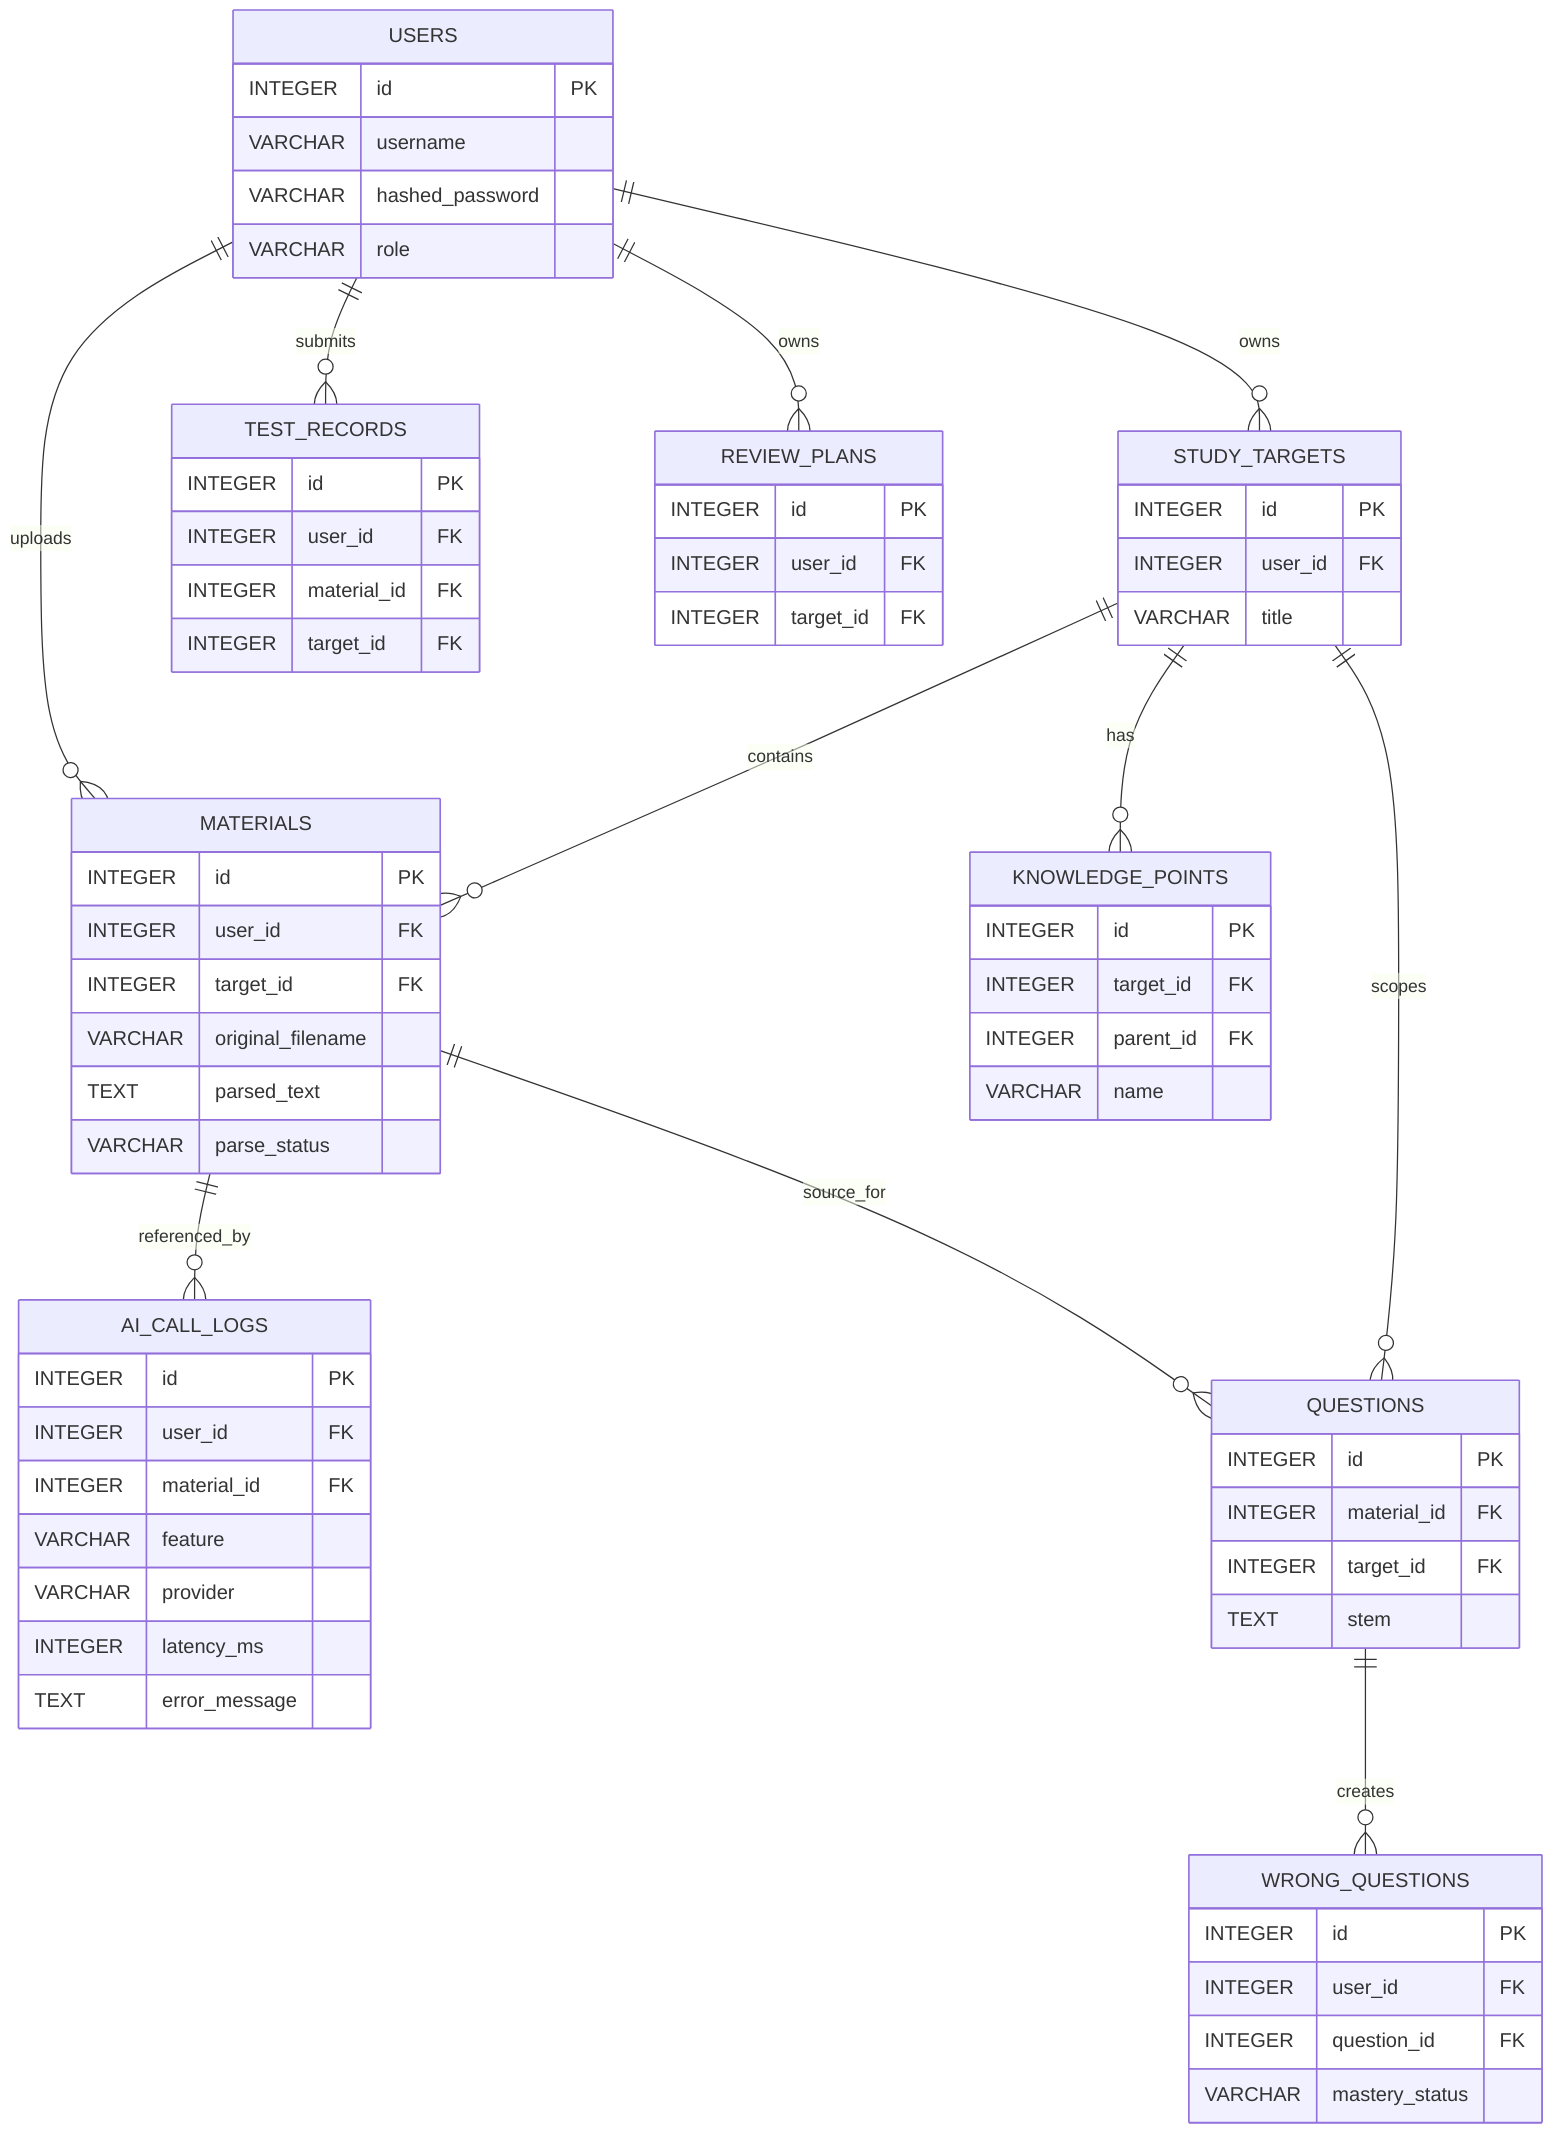
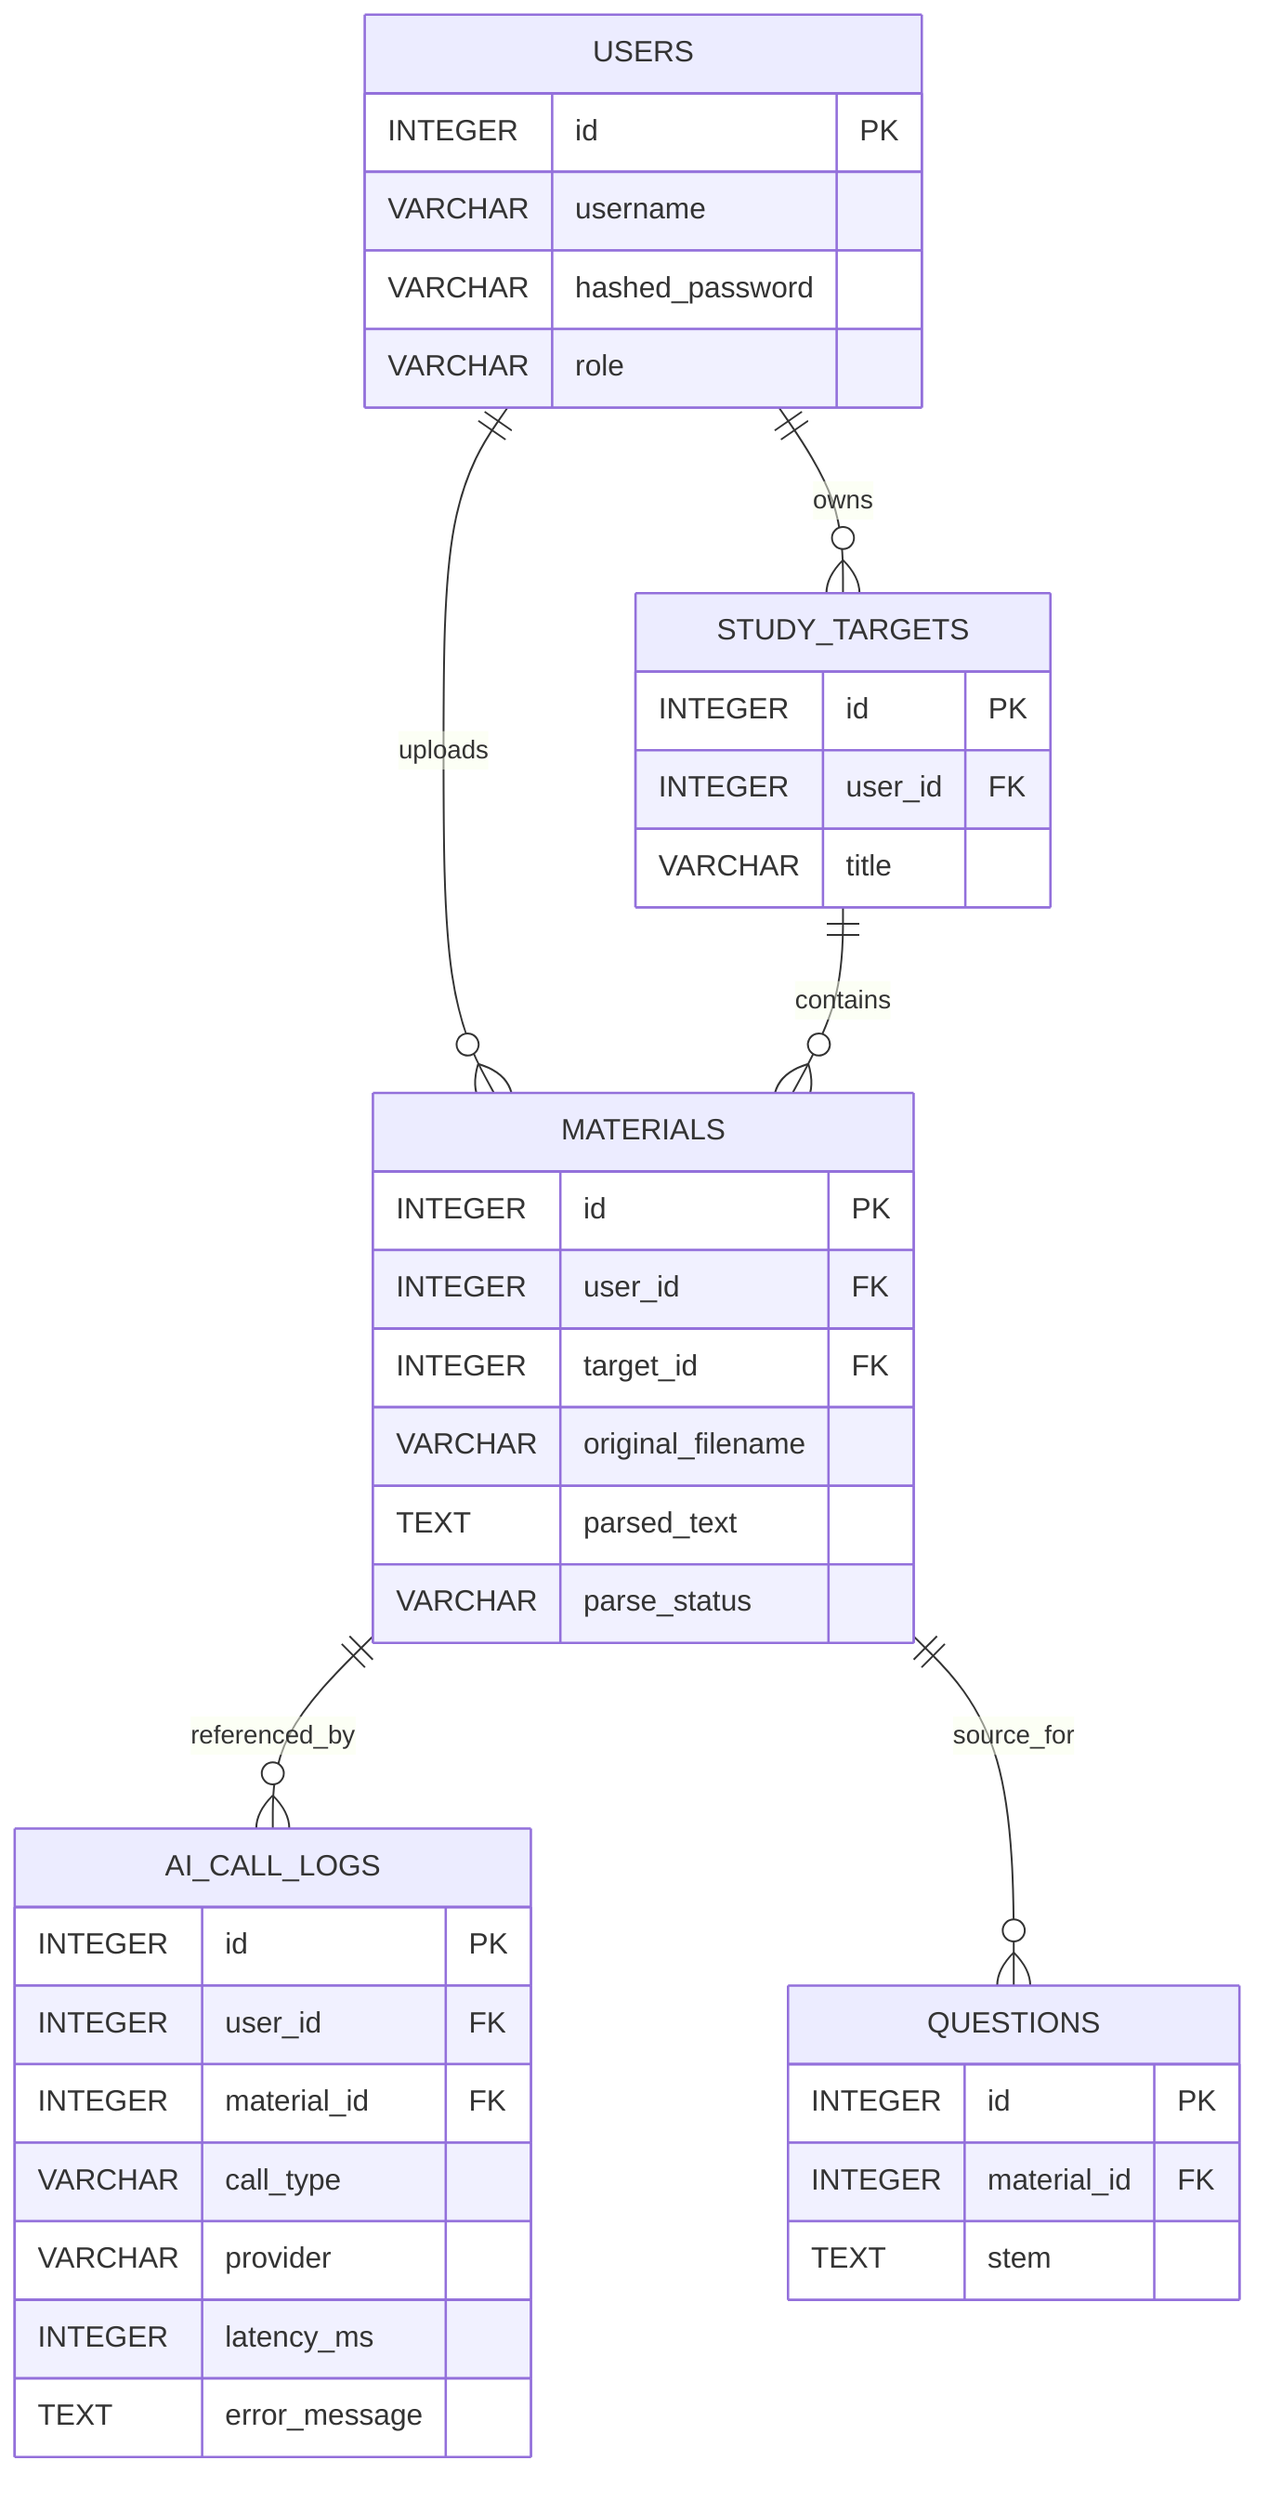
erDiagram
  USERS {
    INTEGER id PK
    VARCHAR username
    VARCHAR hashed_password
    VARCHAR role
  }
  STUDY_TARGETS {
    INTEGER id PK
    INTEGER user_id FK
    VARCHAR title
  }
  MATERIALS {
    INTEGER id PK
    INTEGER user_id FK
    INTEGER target_id FK
    VARCHAR original_filename
    TEXT parsed_text
    VARCHAR parse_status
  }
-   KNOWLEDGE_POINTS {
-     INTEGER id PK
-     INTEGER target_id FK
-     INTEGER parent_id FK
-     VARCHAR name
-   }
  AI_CALL_LOGS {
    INTEGER id PK
    INTEGER user_id FK
    INTEGER material_id FK
-     VARCHAR feature
+     VARCHAR call_type
    VARCHAR provider
    INTEGER latency_ms
    TEXT error_message
  }
  QUESTIONS {
    INTEGER id PK
    INTEGER material_id FK
-     INTEGER target_id FK
    TEXT stem
-   }
-   TEST_RECORDS {
-     INTEGER id PK
-     INTEGER user_id FK
-     INTEGER material_id FK
-     INTEGER target_id FK
-   }
-   WRONG_QUESTIONS {
-     INTEGER id PK
-     INTEGER user_id FK
-     INTEGER question_id FK
-     VARCHAR mastery_status
-   }
-   REVIEW_PLANS {
-     INTEGER id PK
-     INTEGER user_id FK
-     INTEGER target_id FK
  }

  USERS ||--o{ STUDY_TARGETS : owns
  USERS ||--o{ MATERIALS : uploads
  STUDY_TARGETS ||--o{ MATERIALS : contains
-   STUDY_TARGETS ||--o{ KNOWLEDGE_POINTS : has
  MATERIALS ||--o{ AI_CALL_LOGS : referenced_by
-   MATERIALS ||--o{ QUESTIONS : source_for
-   STUDY_TARGETS ||--o{ QUESTIONS : scopes
-   USERS ||--o{ TEST_RECORDS : submits
-   QUESTIONS ||--o{ WRONG_QUESTIONS : creates
-   USERS ||--o{ REVIEW_PLANS : owns+   MATERIALS ||--o{ QUESTIONS : source_for